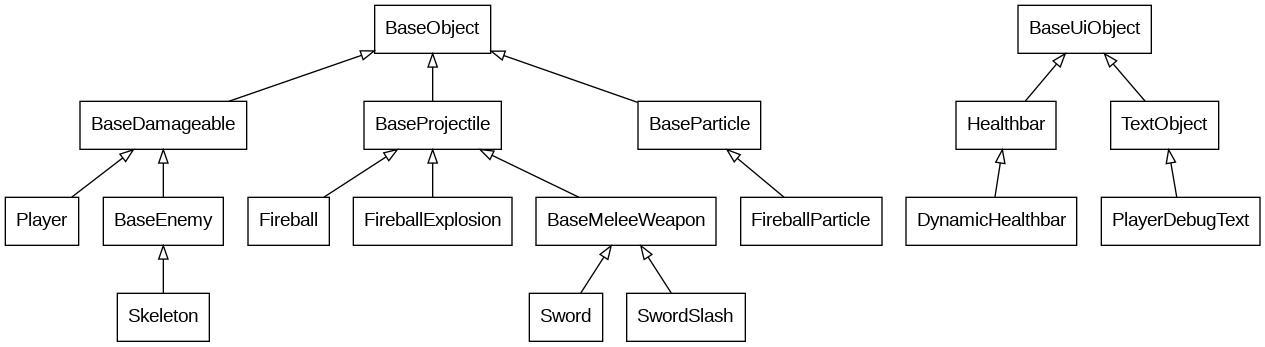
The Graphviz diagram inheritance.gv.png in lachfoy/2dgameABANDONED, before a commit. Its source is kept beside it as inheritance.gv.
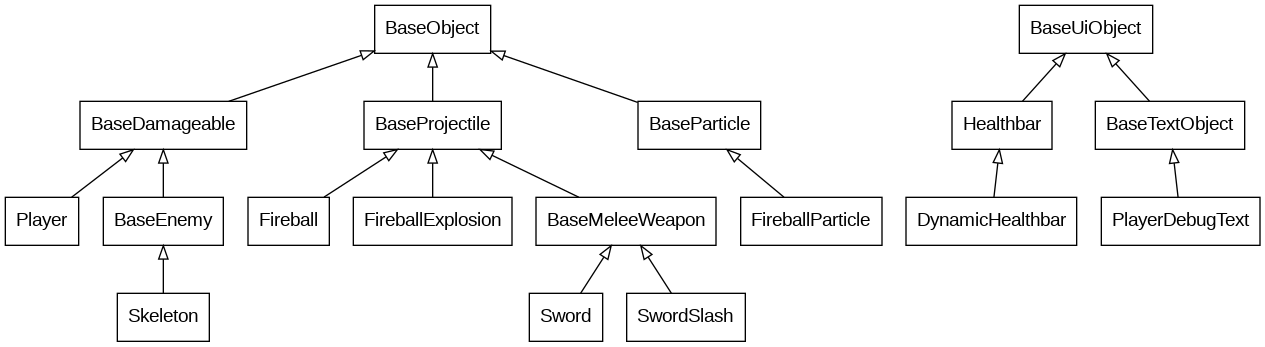
The same diagram one commit later.

Change to the diagram source:
```diff
@@ -9,8 +9,8 @@
     BaseMeleeWeapon->{Sword, SwordSlash}
     BaseEnemy->Skeleton
 
-    BaseUiObject->{Healthbar, TextObject}
+    BaseUiObject->{Healthbar, BaseTextObject}
     Healthbar->DynamicHealthbar
-    TextObject->PlayerDebugText
+    BaseTextObject->PlayerDebugText
 }
 
```
